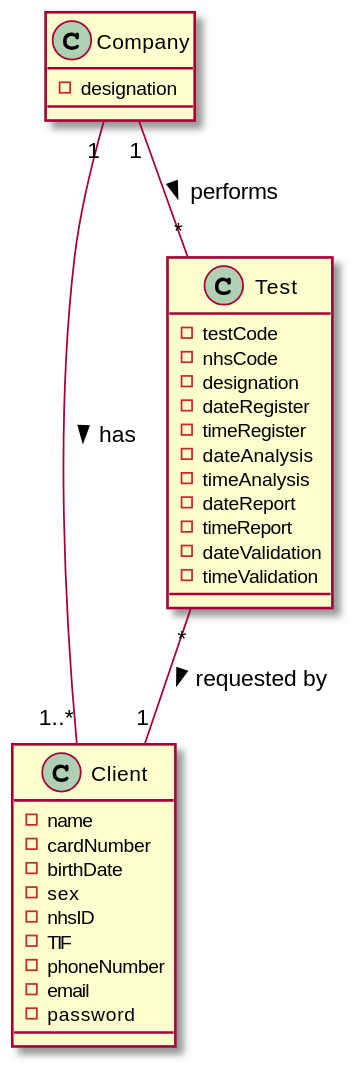
This is docs/SprintD/US13/US13_DM.svg from MadDinosaur/ISEP-LAPR2, a PlantUML export, as it was before one commit. The source it was exported from:
```plantuml
@startuml

class Company {
-designation
}

class Client {
-name
-cardNumber
-birthDate
-sex
-nhsID
-TIF
-phoneNumber
-email
-password
}

class Test {
-testCode
-nhsCode
-designation
-dateRegister
-timeRegister
-dateAnalysis
-timeAnalysis
-dateReport
-timeReport
-dateValidation
-timeValidation
}


Test "*"-up-"1" Company : performs <
Company "1"--"1..*" Client : has >
Test "*"--"1" Client : requested by >


@enduml
```
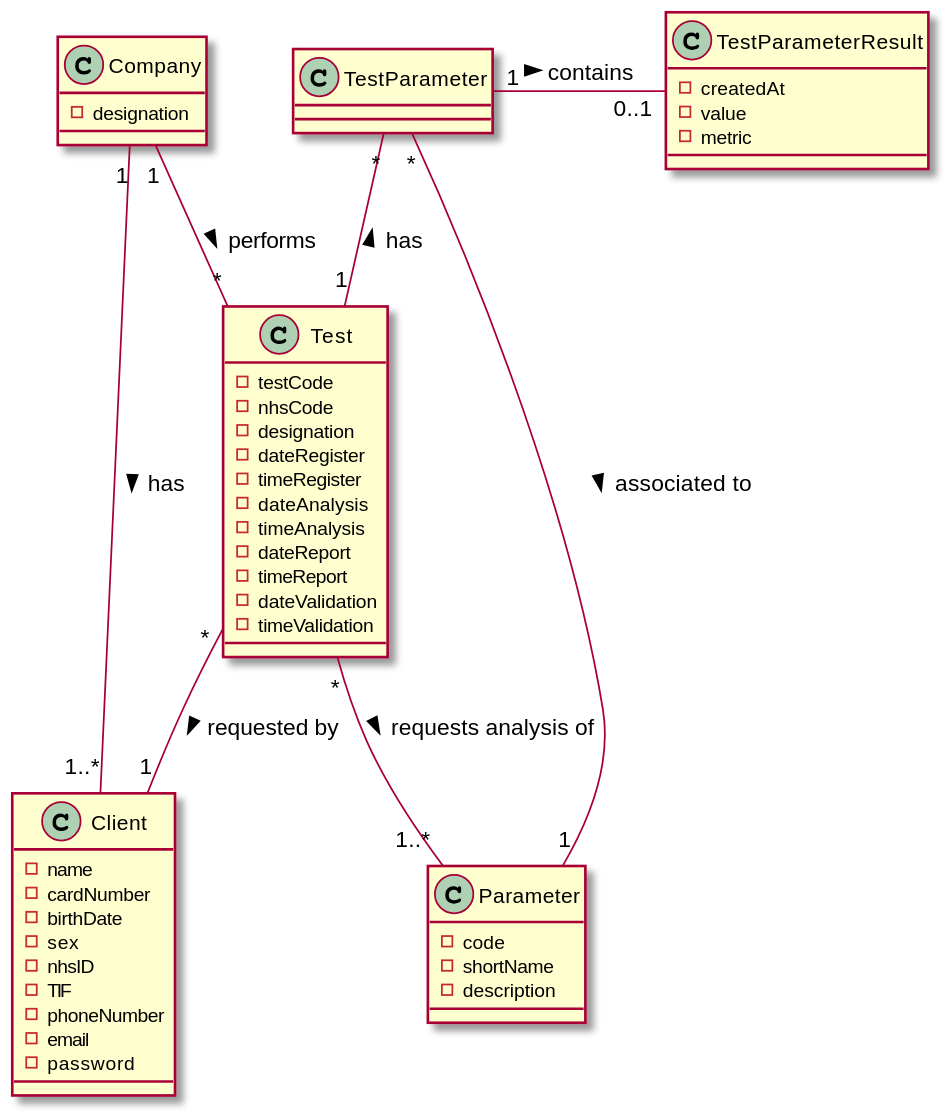
Above is the later version.

Diff of the diagram source:
```diff
@@ -30,10 +30,24 @@
 -timeValidation
 }
 
+class TestParameterResult {
+-createdAt
+-value
+-metric
+}
+
+class Parameter {
+-code
+-shortName
+-description
+}
 
 Test "*"-up-"1" Company : performs <
 Company "1"--"1..*" Client : has >
 Test "*"--"1" Client : requested by >
-
+Test "*"--"1..*" Parameter : requests analysis of >
+TestParameter "*"--"1" Parameter : associated to >
+TestParameter "*"--"1" Test : has <
+TestParameter "1"-right- "0..1" TestParameterResult : contains >
 
 @enduml
```
